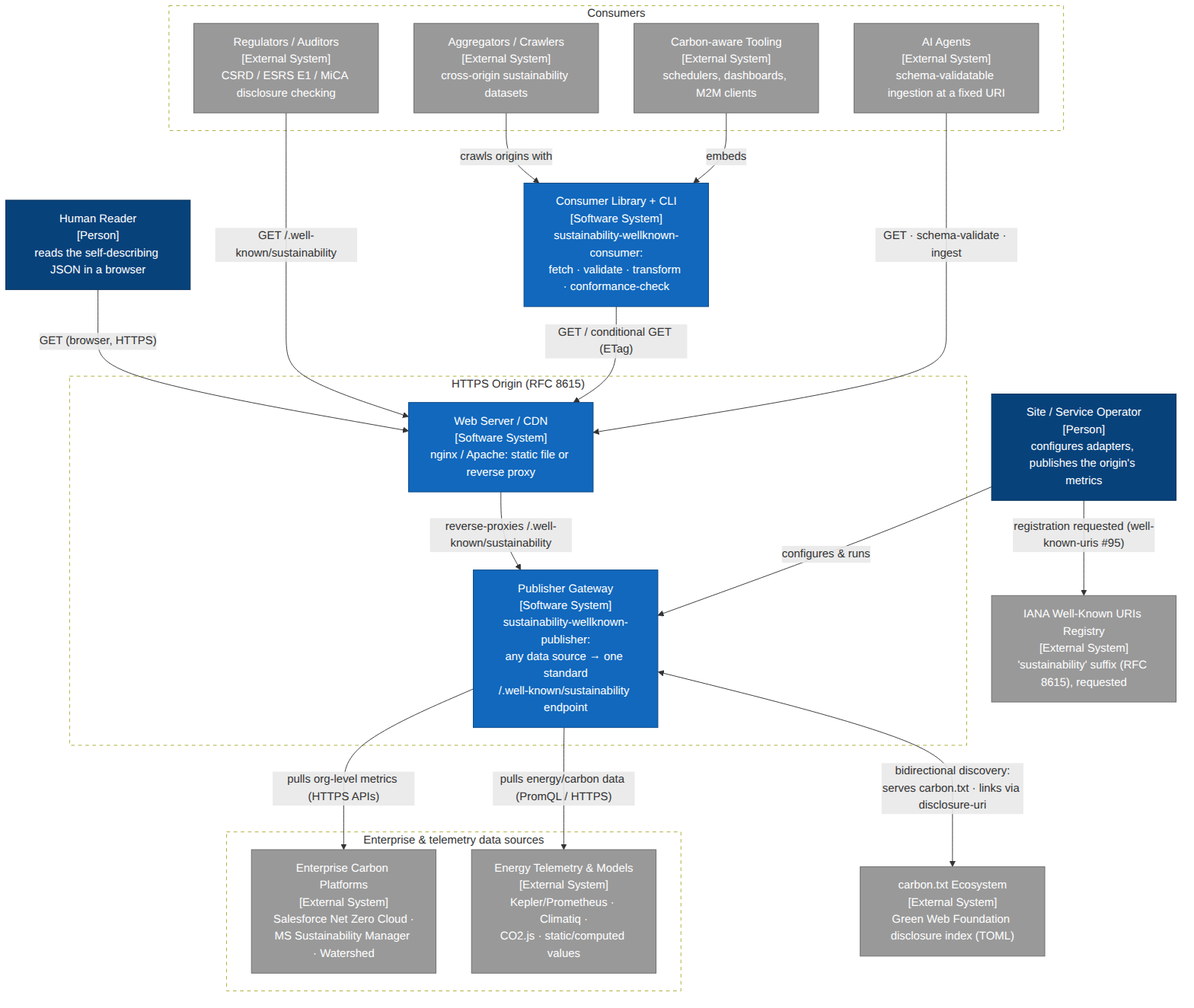
Before: architecture/images/c4-context.png, a diagram exported from Mermaid (andreibesleaga/rfc-sustainability-wellknown). Its source is kept beside it as architecture/diagrams/c4-context.mmd.
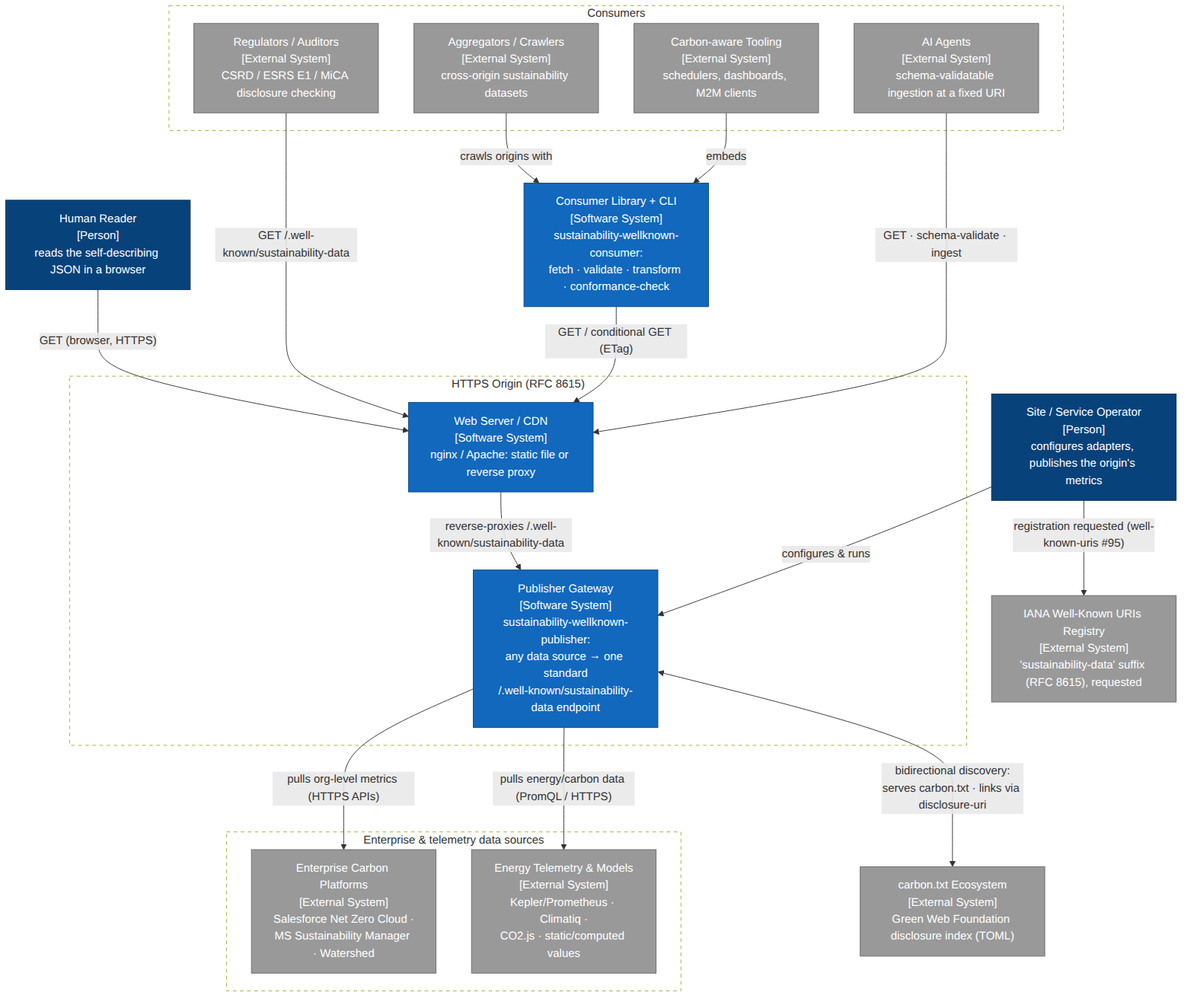
The same diagram one commit later.

What changed in the source:
```diff
@@ -14,7 +14,7 @@
 
     subgraph ORIGIN["HTTPS Origin (RFC 8615)"]
         WEB["Web Server / CDN<br/>[Software System]<br/>nginx / Apache: static file or reverse proxy"]
-        PUB["Publisher Gateway<br/>[Software System]<br/>sustainability-wellknown-publisher:<br/>any data source → one standard<br/>/.well-known/sustainability endpoint"]
+        PUB["Publisher Gateway<br/>[Software System]<br/>sustainability-wellknown-publisher:<br/>any data source → one standard<br/>/.well-known/sustainability-data endpoint"]
     end
 
     subgraph SOURCES["Enterprise & telemetry data sources"]
@@ -22,18 +22,18 @@
         TEL["Energy Telemetry & Models<br/>[External System]<br/>Kepler/Prometheus · Climatiq ·<br/>CO2.js · static/computed values"]
     end
 
-    IANA["IANA Well-Known URIs Registry<br/>[External System]<br/>'sustainability' suffix (RFC 8615), requested"]
+    IANA["IANA Well-Known URIs Registry<br/>[External System]<br/>'sustainability-data' suffix (RFC 8615), requested"]
     CTXT["carbon.txt Ecosystem<br/>[External System]<br/>Green Web Foundation disclosure index (TOML)"]
 
     OP -- "configures & runs" --> PUB
     OP -- "registration requested (well-known-uris #95)" --> IANA
     PUB -- "pulls org-level metrics (HTTPS APIs)" --> ENT
     PUB -- "pulls energy/carbon data (PromQL / HTTPS)" --> TEL
-    WEB -- "reverse-proxies /.well-known/sustainability" --> PUB
+    WEB -- "reverse-proxies /.well-known/sustainability-data" --> PUB
     PUB <-- "bidirectional discovery:<br/>serves carbon.txt · links via disclosure-uri" --> CTXT
 
     HUMAN -- "GET (browser, HTTPS)" --> WEB
-    REG -- "GET /.well-known/sustainability" --> WEB
+    REG -- "GET /.well-known/sustainability-data" --> WEB
     AI -- "GET · schema-validate · ingest" --> WEB
     AGG -- "crawls origins with" --> CONSLIB
     CAT -- "embeds" --> CONSLIB
```
